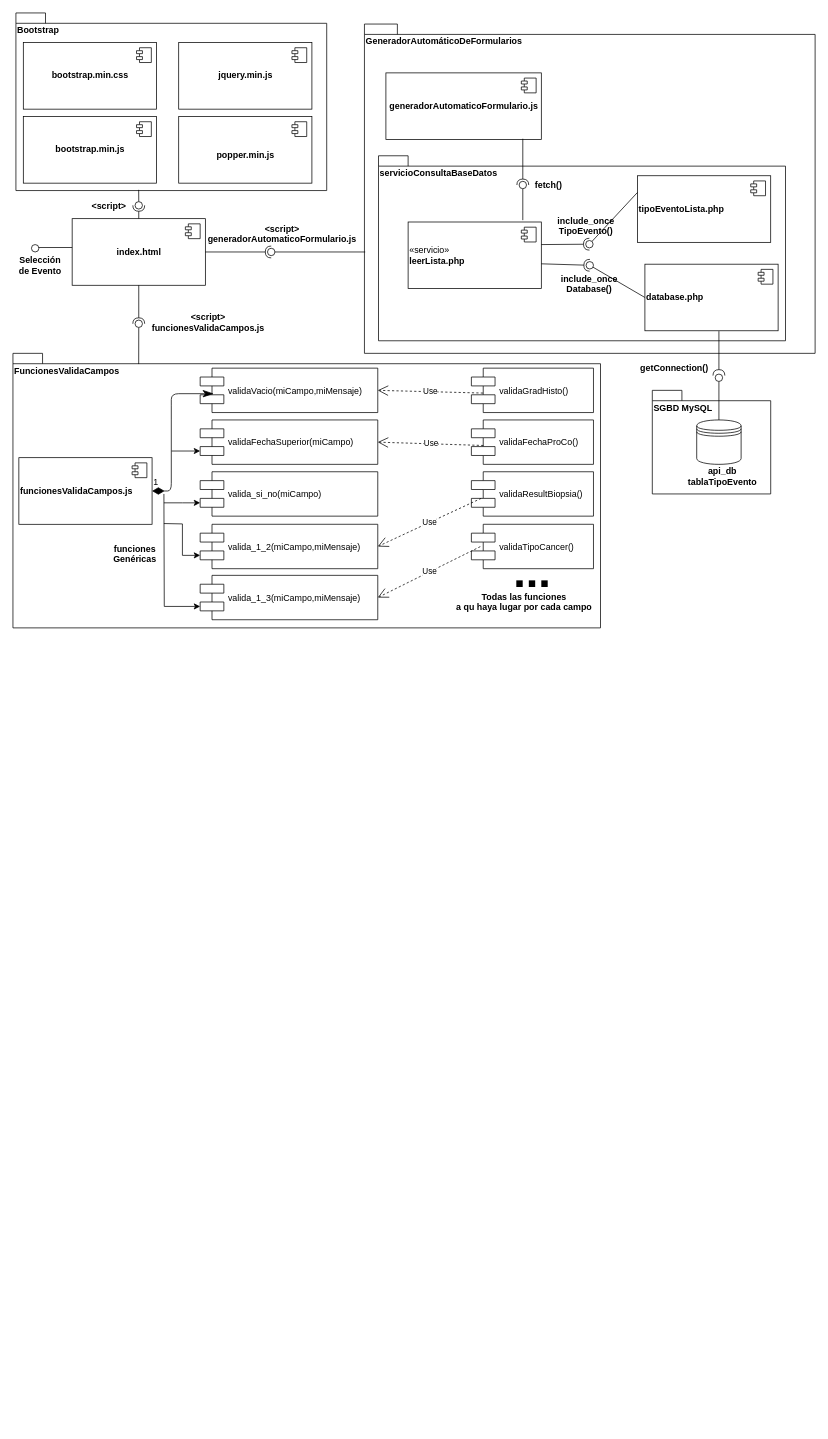
This is uml/diagramaComponentesGeneradorAutomaticoFormularios.drawio from didiermorantes/generadorAutomaticoFormulariosV3, a draw.io file, before an edit. Source tidied: cells renumbered, new cells numbered last; positions are measured from the earlier drawing's top-left corner, leaving out a move shared by most shapes. Both pictures are drawn from the tidied source at 74%, with x=0, y=0 at pixel (13, 13).
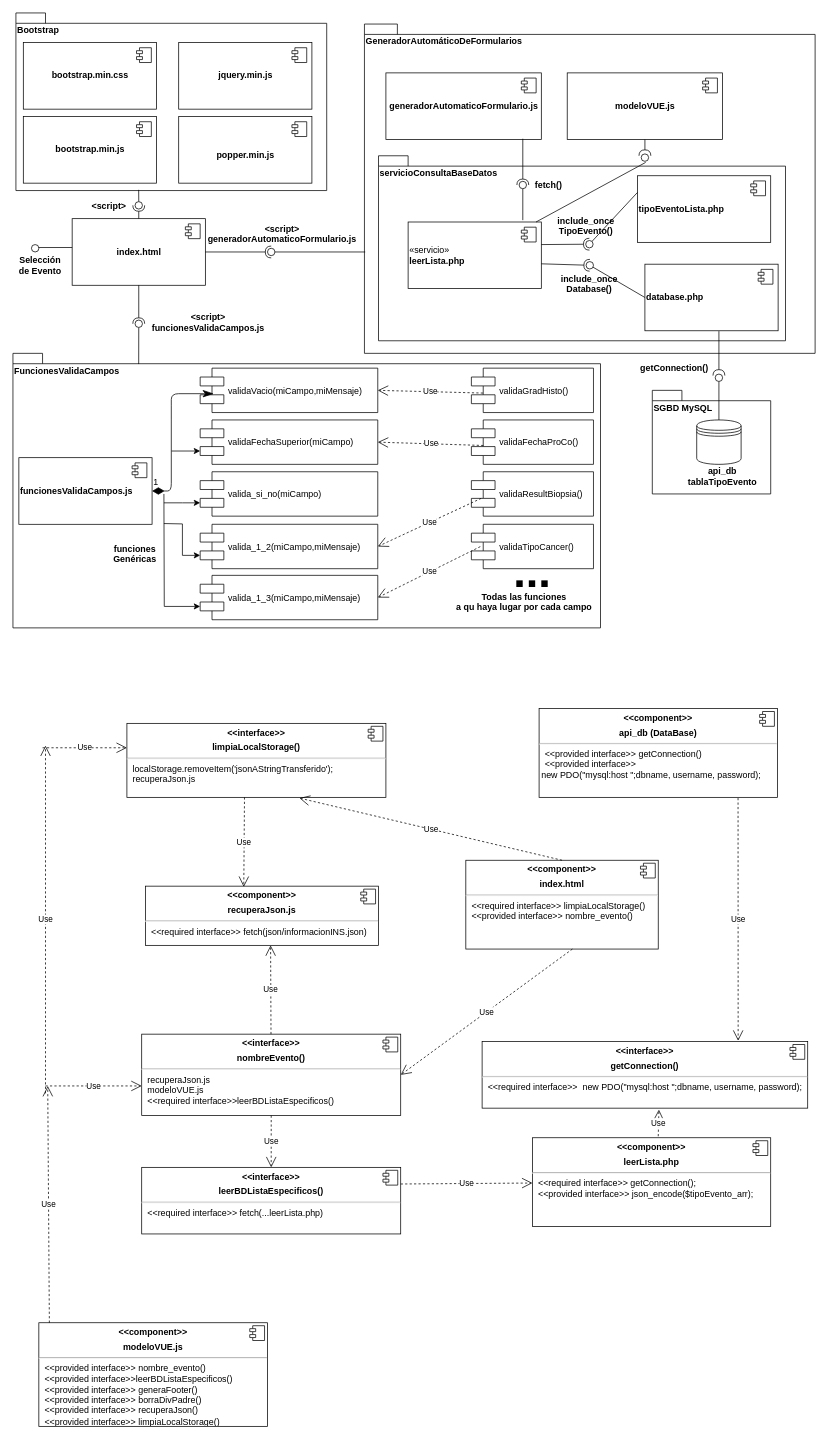
After the change.

The change refers to these unchanged cells:
```xml
<mxCell id="31" value="«servicio»&lt;br&gt;&lt;b&gt;leerLista.php&lt;/b&gt;" style="html=1;align=left;" parent="1" vertex="1">
  <mxGeometry x="534" y="282.5" width="180" height="90" as="geometry" />
</mxCell>
```

The edit, as a diff of the source:
```diff
@@
+    <mxCell id="81" value="&lt;p style=&quot;margin: 0px ; margin-top: 6px ; text-align: center&quot;&gt;&lt;b&gt;&amp;lt;&amp;lt;component&amp;gt;&amp;gt;&lt;/b&gt;&lt;/p&gt;&lt;p style=&quot;margin: 0px ; margin-top: 6px ; text-align: center&quot;&gt;&lt;b&gt;index.html&lt;/b&gt;&lt;/p&gt;&lt;hr&gt;&lt;p style=&quot;margin: 0px ; margin-left: 8px&quot;&gt;&amp;lt;&amp;lt;required interface&amp;gt;&amp;gt; limpiaLocalStorage()&lt;/p&gt;&lt;p style=&quot;margin: 0px ; margin-left: 8px&quot;&gt;&amp;lt;&amp;lt;provided interface&amp;gt;&amp;gt; nombre_evento()&lt;/p&gt;" style="align=left;overflow=fill;html=1;" parent="1" vertex="1">
+      <mxGeometry x="612" y="1145" width="260" height="120" as="geometry" />
+    </mxCell>
+    <mxCell id="82" style="shape=component;jettyWidth=8;jettyHeight=4;" parent="81" vertex="1">
+      <mxGeometry x="1" width="20" height="20" relative="1" as="geometry">
+        <mxPoint x="-24" y="4" as="offset" />
+      </mxGeometry>
+    </mxCell>
+    <mxCell id="83" value="&lt;p style=&quot;margin: 0px ; margin-top: 6px ; text-align: center&quot;&gt;&lt;b&gt;&amp;lt;&amp;lt;interface&amp;gt;&amp;gt;&lt;/b&gt;&lt;/p&gt;&lt;p style=&quot;margin: 0px ; margin-top: 6px ; text-align: center&quot;&gt;&lt;b&gt;limpiaLocalStorage()&lt;/b&gt;&lt;/p&gt;&lt;hr&gt;&lt;p style=&quot;margin: 0px ; margin-left: 8px&quot;&gt;localStorage.removeItem('jsonAStringTransferido');&lt;br&gt;&lt;/p&gt;&lt;p style=&quot;margin: 0px ; margin-left: 8px&quot;&gt;recuperaJson.js&lt;br&gt;&lt;/p&gt;" style="align=left;overflow=fill;html=1;" parent="1" vertex="1">
+      <mxGeometry x="154" y="960" width="350" height="100" as="geometry" />
+    </mxCell>
+    <mxCell id="84" style="shape=component;jettyWidth=8;jettyHeight=4;" parent="83" vertex="1">
+      <mxGeometry x="1" width="20" height="20" relative="1" as="geometry">
+        <mxPoint x="-24" y="4" as="offset" />
+      </mxGeometry>
+    </mxCell>
+    <mxCell id="85" value="Use" style="endArrow=open;endSize=12;dashed=1;html=1;entryX=0.666;entryY=1.01;entryDx=0;entryDy=0;entryPerimeter=0;exitX=0.5;exitY=0;exitDx=0;exitDy=0;" parent="1" edge="1" source="81" target="83">
+      <mxGeometry relative="1" as="geometry" />
+    </mxCell>
+    <mxCell id="86" value="&lt;p style=&quot;margin: 0px ; margin-top: 6px ; text-align: center&quot;&gt;&lt;b&gt;&amp;lt;&amp;lt;interface&amp;gt;&amp;gt;&lt;/b&gt;&lt;/p&gt;&lt;p style=&quot;margin: 0px ; margin-top: 6px ; text-align: center&quot;&gt;&lt;b&gt;nombreEvento()&lt;/b&gt;&lt;/p&gt;&lt;hr&gt;&lt;p style=&quot;margin: 0px ; margin-left: 8px&quot;&gt;recuperaJson.js&lt;/p&gt;&lt;p style=&quot;margin: 0px ; margin-left: 8px&quot;&gt;modeloVUE.js&lt;/p&gt;&lt;p style=&quot;margin: 0px ; margin-left: 8px&quot;&gt;&amp;lt;&amp;lt;required interface&amp;gt;&amp;gt;leerBDListaEspecificos()&lt;br&gt;&lt;/p&gt;" style="align=left;overflow=fill;html=1;" parent="1" vertex="1">
+      <mxGeometry x="174" y="1380" width="350" height="110" as="geometry" />
+    </mxCell>
+    <mxCell id="87" style="shape=component;jettyWidth=8;jettyHeight=4;" parent="86" vertex="1">
+      <mxGeometry x="1" width="20" height="20" relative="1" as="geometry">
+        <mxPoint x="-24" y="4" as="offset" />
+      </mxGeometry>
+    </mxCell>
+    <mxCell id="88" value="&lt;p style=&quot;margin: 0px ; margin-top: 6px ; text-align: center&quot;&gt;&lt;b&gt;&amp;lt;&amp;lt;component&amp;gt;&amp;gt;&lt;/b&gt;&lt;/p&gt;&lt;p style=&quot;margin: 0px ; margin-top: 6px ; text-align: center&quot;&gt;&lt;b&gt;recuperaJson.js&lt;/b&gt;&lt;/p&gt;&lt;hr&gt;&lt;p style=&quot;margin: 0px ; margin-left: 8px&quot;&gt;&amp;lt;&amp;lt;required interface&amp;gt;&amp;gt; fetch(json/informacionINS.json)&lt;/p&gt;" style="align=left;overflow=fill;html=1;" parent="1" vertex="1">
+      <mxGeometry x="179" y="1180" width="315" height="80" as="geometry" />
+    </mxCell>
+    <mxCell id="89" style="shape=component;jettyWidth=8;jettyHeight=4;" parent="88" vertex="1">
+      <mxGeometry x="1" width="20" height="20" relative="1" as="geometry">
+        <mxPoint x="-24" y="4" as="offset" />
+      </mxGeometry>
+    </mxCell>
+    <mxCell id="90" value="Use" style="endArrow=open;endSize=12;dashed=1;html=1;exitX=0.554;exitY=1;exitDx=0;exitDy=0;exitPerimeter=0;entryX=1;entryY=0.5;entryDx=0;entryDy=0;" parent="1" edge="1" source="81" target="86">
+      <mxGeometry relative="1" as="geometry" />
+    </mxCell>
+    <mxCell id="91" value="Use" style="endArrow=open;endSize=12;dashed=1;html=1;entryX=0.537;entryY=1;entryDx=0;entryDy=0;entryPerimeter=0;" parent="1" edge="1" source="86" target="88">
+      <mxGeometry relative="1" as="geometry" />
+    </mxCell>
+    <mxCell id="92" value="Use" style="endArrow=open;endSize=12;dashed=1;html=1;exitX=0.454;exitY=1;exitDx=0;exitDy=0;exitPerimeter=0;entryX=0.422;entryY=0.013;entryDx=0;entryDy=0;entryPerimeter=0;" parent="1" edge="1" source="83" target="88">
+      <mxGeometry relative="1" as="geometry" />
+    </mxCell>
+    <mxCell id="93" value="&lt;p style=&quot;margin: 0px ; margin-top: 6px ; text-align: center&quot;&gt;&lt;b&gt;&amp;lt;&amp;lt;interface&amp;gt;&amp;gt;&lt;/b&gt;&lt;/p&gt;&lt;p style=&quot;margin: 0px ; margin-top: 6px ; text-align: center&quot;&gt;&lt;b&gt;leerBDListaEspecificos()&lt;/b&gt;&lt;/p&gt;&lt;hr&gt;&lt;p style=&quot;margin: 0px ; margin-left: 8px&quot;&gt;&amp;lt;&amp;lt;required interface&amp;gt;&amp;gt; fetch(...leerLista.php)&lt;/p&gt;" style="align=left;overflow=fill;html=1;" parent="1" vertex="1">
+      <mxGeometry x="174" y="1560" width="350" height="90" as="geometry" />
+    </mxCell>
+    <mxCell id="94" style="shape=component;jettyWidth=8;jettyHeight=4;" parent="93" vertex="1">
+      <mxGeometry x="1" width="20" height="20" relative="1" as="geometry">
+        <mxPoint x="-24" y="4" as="offset" />
+      </mxGeometry>
+    </mxCell>
+    <mxCell id="95" value="Use" style="endArrow=open;endSize=12;dashed=1;html=1;exitX=0.5;exitY=1;exitDx=0;exitDy=0;entryX=0.5;entryY=0;entryDx=0;entryDy=0;" parent="1" edge="1" source="86" target="93">
+      <mxGeometry relative="1" as="geometry" />
+    </mxCell>
+    <mxCell id="96" value="&lt;p style=&quot;margin: 0px ; margin-top: 6px ; text-align: center&quot;&gt;&lt;b&gt;&amp;lt;&amp;lt;component&amp;gt;&amp;gt;&lt;/b&gt;&lt;/p&gt;&lt;p style=&quot;margin: 0px ; margin-top: 6px ; text-align: center&quot;&gt;&lt;b&gt;leerLista.php&lt;/b&gt;&lt;/p&gt;&lt;hr&gt;&lt;p style=&quot;margin: 0px ; margin-left: 8px&quot;&gt;&amp;lt;&amp;lt;required interface&amp;gt;&amp;gt; getConnection();&lt;/p&gt;&lt;p style=&quot;margin: 0px ; margin-left: 8px&quot;&gt;&amp;lt;&amp;lt;provided interface&amp;gt;&amp;gt; json_encode($tipoEvento_arr);&lt;/p&gt;" style="align=left;overflow=fill;html=1;" parent="1" vertex="1">
+      <mxGeometry x="702" y="1520" width="322" height="120" as="geometry" />
+    </mxCell>
+    <mxCell id="97" style="shape=component;jettyWidth=8;jettyHeight=4;" parent="96" vertex="1">
+      <mxGeometry x="1" width="20" height="20" relative="1" as="geometry">
+        <mxPoint x="-24" y="4" as="offset" />
+      </mxGeometry>
+    </mxCell>
+    <mxCell id="98" value="Use" style="endArrow=open;endSize=12;dashed=1;html=1;exitX=1;exitY=0.25;exitDx=0;exitDy=0;" parent="1" edge="1" source="93" target="96">
+      <mxGeometry relative="1" as="geometry" />
+    </mxCell>
+    <mxCell id="99" value="&lt;p style=&quot;margin: 0px ; margin-top: 6px ; text-align: center&quot;&gt;&lt;b&gt;&amp;lt;&amp;lt;interface&amp;gt;&amp;gt;&lt;/b&gt;&lt;/p&gt;&lt;p style=&quot;margin: 0px ; margin-top: 6px ; text-align: center&quot;&gt;&lt;b&gt;getConnection()&lt;/b&gt;&lt;/p&gt;&lt;hr&gt;&lt;p style=&quot;margin: 0px ; margin-left: 8px&quot;&gt;&amp;lt;&amp;lt;required interface&amp;gt;&amp;gt;&amp;nbsp;&amp;nbsp;new PDO(&quot;mysql:host &quot;;dbname, username, password);&lt;/p&gt;" style="align=left;overflow=fill;html=1;" parent="1" vertex="1">
+      <mxGeometry x="634" y="1390" width="440" height="90" as="geometry" />
+    </mxCell>
+    <mxCell id="100" style="shape=component;jettyWidth=8;jettyHeight=4;" parent="99" vertex="1">
+      <mxGeometry x="1" width="20" height="20" relative="1" as="geometry">
+        <mxPoint x="-24" y="4" as="offset" />
+      </mxGeometry>
+    </mxCell>
+    <mxCell id="101" value="Use" style="endArrow=open;endSize=12;dashed=1;html=1;entryX=0.543;entryY=1.022;entryDx=0;entryDy=0;entryPerimeter=0;exitX=0.528;exitY=-0.017;exitDx=0;exitDy=0;exitPerimeter=0;" parent="1" edge="1" source="96" target="99">
+      <mxGeometry relative="1" as="geometry" />
+    </mxCell>
+    <mxCell id="102" value="&lt;p style=&quot;margin: 0px ; margin-top: 6px ; text-align: center&quot;&gt;&lt;b&gt;&amp;lt;&amp;lt;component&amp;gt;&amp;gt;&lt;/b&gt;&lt;/p&gt;&lt;p style=&quot;margin: 0px ; margin-top: 6px ; text-align: center&quot;&gt;&lt;b&gt;modeloVUE.js&lt;/b&gt;&lt;/p&gt;&lt;hr&gt;&lt;p style=&quot;margin: 0px ; margin-left: 8px&quot;&gt;&lt;span&gt;&amp;lt;&amp;lt;provided interface&amp;gt;&amp;gt; nombre_evento()&lt;/span&gt;&lt;br&gt;&lt;/p&gt;&lt;p style=&quot;margin: 0px ; margin-left: 8px&quot;&gt;&amp;lt;&amp;lt;provided interface&amp;gt;&amp;gt;leerBDListaEspecificos()&lt;span&gt;&lt;br&gt;&lt;/span&gt;&lt;/p&gt;&lt;p style=&quot;margin: 0px ; margin-left: 8px&quot;&gt;&amp;lt;&amp;lt;provided interface&amp;gt;&amp;gt; generaFooter()&lt;/p&gt;&lt;p style=&quot;margin: 0px ; margin-left: 8px&quot;&gt;&amp;lt;&amp;lt;provided interface&amp;gt;&amp;gt; borraDivPadre()&lt;/p&gt;&lt;p style=&quot;margin: 0px ; margin-left: 8px&quot;&gt;&amp;lt;&amp;lt;provided interface&amp;gt;&amp;gt; recuperaJson()&lt;/p&gt;&lt;p style=&quot;margin: 0px ; margin-left: 8px&quot;&gt;&amp;lt;&amp;lt;provided interface&amp;gt;&amp;gt; limpiaLocalStorage()&lt;/p&gt;&lt;p style=&quot;margin: 0px ; margin-left: 8px&quot;&gt;&lt;br&gt;&lt;/p&gt;" style="align=left;overflow=fill;html=1;" parent="1" vertex="1">
+      <mxGeometry x="35" y="1770" width="309" height="140" as="geometry" />
+    </mxCell>
+    <mxCell id="103" style="shape=component;jettyWidth=8;jettyHeight=4;" parent="102" vertex="1">
+      <mxGeometry x="1" width="20" height="20" relative="1" as="geometry">
+        <mxPoint x="-24" y="4" as="offset" />
+      </mxGeometry>
+    </mxCell>
+    <mxCell id="104" value="Use" style="endArrow=open;endSize=12;dashed=1;html=1;exitX=0.046;exitY=0;exitDx=0;exitDy=0;exitPerimeter=0;" parent="1" edge="1" source="102">
+      <mxGeometry relative="1" as="geometry">
+        <mxPoint x="47" y="1450" as="targetPoint" />
+      </mxGeometry>
+    </mxCell>
+    <mxCell id="105" value="Use" style="endArrow=open;endSize=12;dashed=1;html=1;" parent="1" edge="1">
+      <mxGeometry relative="1" as="geometry">
+        <mxPoint x="40" y="993" as="sourcePoint" />
+        <mxPoint x="154" y="993" as="targetPoint" />
+      </mxGeometry>
+    </mxCell>
+    <mxCell id="106" value="Use" style="endArrow=open;endSize=12;dashed=1;html=1;" parent="1" edge="1">
+      <mxGeometry relative="1" as="geometry">
+        <mxPoint x="44" y="1460" as="sourcePoint" />
+        <mxPoint x="44" y="990" as="targetPoint" />
+      </mxGeometry>
+    </mxCell>
+    <mxCell id="107" value="Use" style="endArrow=open;endSize=12;dashed=1;html=1;" parent="1" edge="1">
+      <mxGeometry relative="1" as="geometry">
+        <mxPoint x="44" y="1450" as="sourcePoint" />
+        <mxPoint x="174" y="1450" as="targetPoint" />
+      </mxGeometry>
+    </mxCell>
+    <mxCell id="108" value="&lt;p style=&quot;margin: 0px ; margin-top: 6px ; text-align: center&quot;&gt;&lt;b&gt;&amp;lt;&amp;lt;component&amp;gt;&amp;gt;&lt;/b&gt;&lt;/p&gt;&lt;p style=&quot;margin: 0px ; margin-top: 6px ; text-align: center&quot;&gt;&lt;b&gt;api_db (DataBase)&lt;/b&gt;&lt;br&gt;&lt;/p&gt;&lt;hr&gt;&lt;p style=&quot;margin: 0px ; margin-left: 8px&quot;&gt;&lt;span&gt;&amp;lt;&amp;lt;provided interface&amp;gt;&amp;gt; getConnection()&lt;/span&gt;&lt;br&gt;&lt;/p&gt;&lt;p style=&quot;margin: 0px ; margin-left: 8px&quot;&gt;&lt;span&gt;&amp;lt;&amp;lt;provided interface&amp;gt;&amp;gt;&amp;nbsp;&lt;/span&gt;&lt;/p&gt;&amp;nbsp;new PDO(&quot;mysql:host &quot;;dbname, username, password);" style="align=left;overflow=fill;html=1;" parent="1" vertex="1">
+      <mxGeometry x="711" y="940" width="322" height="120" as="geometry" />
+    </mxCell>
+    <mxCell id="109" style="shape=component;jettyWidth=8;jettyHeight=4;" parent="108" vertex="1">
+      <mxGeometry x="1" width="20" height="20" relative="1" as="geometry">
+        <mxPoint x="-24" y="4" as="offset" />
+      </mxGeometry>
+    </mxCell>
+    <mxCell id="110" value="Use" style="endArrow=open;endSize=12;dashed=1;html=1;exitX=0.835;exitY=1.008;exitDx=0;exitDy=0;exitPerimeter=0;" parent="1" edge="1" source="108">
+      <mxGeometry relative="1" as="geometry">
+        <mxPoint x="980" y="1389" as="targetPoint" />
+      </mxGeometry>
+    </mxCell>
+    <mxCell id="111" value="&lt;b&gt;modeloVUE.js&lt;/b&gt;" style="html=1;" parent="1" vertex="1">
+      <mxGeometry x="749" y="81" width="210" height="90" as="geometry" />
+    </mxCell>
+    <mxCell id="112" style="shape=component;jettyWidth=8;jettyHeight=4;" parent="111" vertex="1">
+      <mxGeometry x="1" width="20" height="20" relative="1" as="geometry">
+        <mxPoint x="-27" y="7" as="offset" />
+      </mxGeometry>
+    </mxCell>
+    <mxCell id="113" style="rounded=0;jettySize=auto;html=1;endArrow=halfCircle;endFill=0;endSize=6;strokeWidth=1;exitX=0.5;exitY=1;exitDx=0;exitDy=0;" parent="1" edge="1" source="111">
+      <mxGeometry relative="1" as="geometry">
+        <mxPoint x="854" y="193" as="targetPoint" />
+      </mxGeometry>
+    </mxCell>
+    <mxCell id="114" style="ellipse;whiteSpace=wrap;html=1;fontFamily=Helvetica;fontSize=12;fontColor=#000000;align=center;strokeColor=#000000;fillColor=#ffffff;" parent="1" vertex="1">
+      <mxGeometry x="849" y="190.5" width="10" height="10" as="geometry" />
+    </mxCell>
+    <mxCell id="115" style="rounded=0;jettySize=auto;html=1;endArrow=none;endFill=0;" parent="1" edge="1" source="31">
+      <mxGeometry relative="1" as="geometry">
+        <mxPoint x="855" y="202" as="targetPoint" />
+      </mxGeometry>
+    </mxCell>
```
